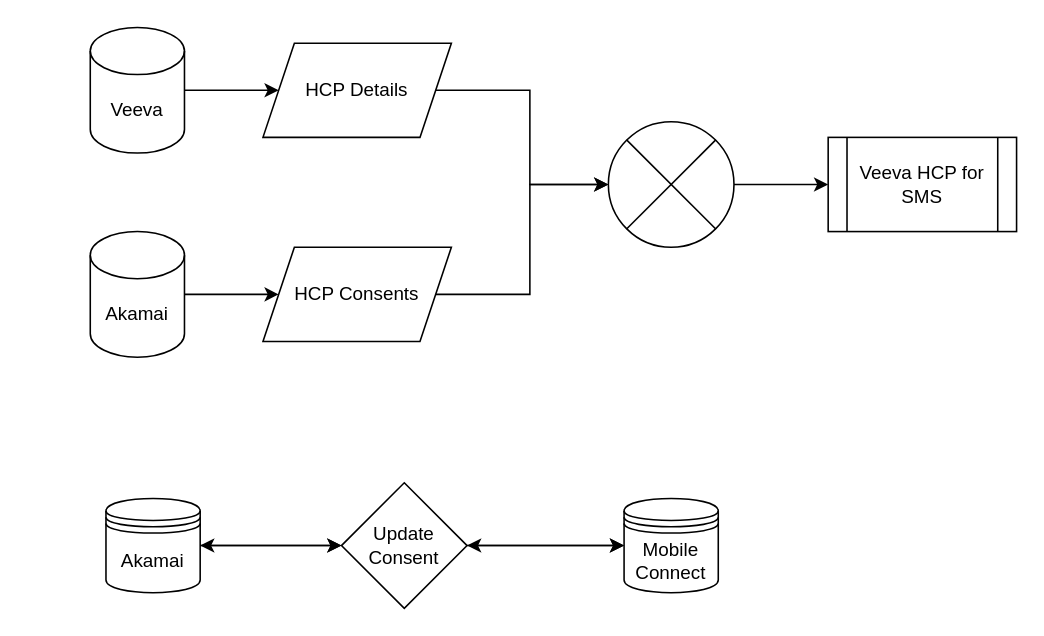
b2Shashi-mc/marketing-cloud keeps this draw.io diagram as Untitled Diagram.drawio. Above is the earlier version. Source tidied: cells renumbered, new cells numbered last; positions are measured from the earlier drawing's top-left corner, leaving out a move shared by most shapes. Both pictures are drawn from the tidied source at 157%, with x=0, y=0 at pixel (89, 27).
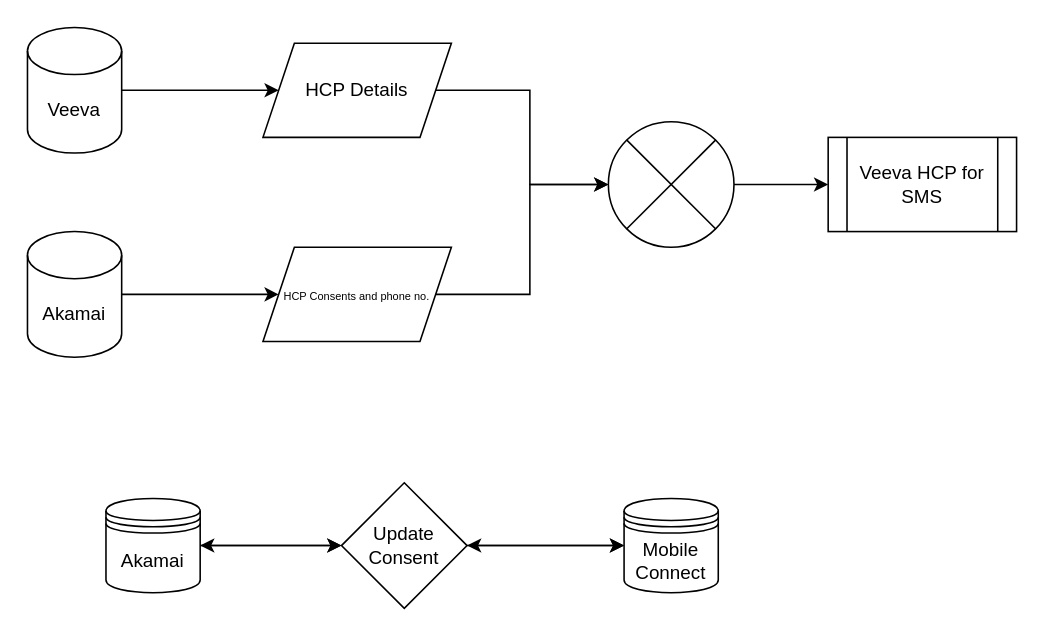
After the change.

Commit message (it also covers changes not shown here):
SMS Flow

The edit, as a diff of the source:
```diff
@@
 <mxGraphModel>
   <root>
     <mxCell id="0" />
     <mxCell id="1" parent="0" />
     <mxCell id="2" style="edgeStyle=orthogonalEdgeStyle;rounded=0;jettySize=auto;html=1;" parent="1" edge="1" source="3" target="7">
       <mxGeometry relative="1" as="geometry" />
     </mxCell>
     <mxCell id="3" value="Veeva" style="shape=cylinder3;whiteSpace=wrap;html=1;boundedLbl=1;backgroundOutline=1;size=15;" parent="1" vertex="1">
-      <mxGeometry width="60" height="80" as="geometry" />
+      <mxGeometry x="-40" width="60" height="80" as="geometry" />
     </mxCell>
     <mxCell id="4" style="edgeStyle=orthogonalEdgeStyle;rounded=0;jettySize=auto;html=1;" parent="1" edge="1" source="5" target="9">
       <mxGeometry relative="1" as="geometry" />
     </mxCell>
     <mxCell id="5" value="Akamai" style="shape=cylinder3;whiteSpace=wrap;html=1;boundedLbl=1;backgroundOutline=1;size=15;" parent="1" vertex="1">
-      <mxGeometry y="130" width="60" height="80" as="geometry" />
+      <mxGeometry x="-40" y="130" width="60" height="80" as="geometry" />
     </mxCell>
     <mxCell id="6" style="edgeStyle=orthogonalEdgeStyle;rounded=0;jettySize=auto;html=1;" parent="1" edge="1" source="7" target="11">
       <mxGeometry relative="1" as="geometry" />
     </mxCell>
     <mxCell id="7" value="HCP Details" style="shape=parallelogram;perimeter=parallelogramPerimeter;whiteSpace=wrap;html=1;fixedSize=1;" parent="1" vertex="1">
       <mxGeometry x="110" y="10" width="120" height="60" as="geometry" />
     </mxCell>
     <mxCell id="8" style="edgeStyle=orthogonalEdgeStyle;rounded=0;jettySize=auto;html=1;" parent="1" edge="1" source="9" target="11">
       <mxGeometry relative="1" as="geometry" />
     </mxCell>
-    <mxCell id="9" value="HCP Consents" style="shape=parallelogram;perimeter=parallelogramPerimeter;whiteSpace=wrap;html=1;fixedSize=1;" parent="1" vertex="1">
+    <mxCell id="9" value="&lt;font style=&quot;font-size: 7px;&quot;&gt;HCP Consents and phone no.&lt;/font&gt;" style="shape=parallelogram;perimeter=parallelogramPerimeter;whiteSpace=wrap;html=1;fixedSize=1;" parent="1" vertex="1">
       <mxGeometry x="110" y="140" width="120" height="60" as="geometry" />
     </mxCell>
     <mxCell id="10" style="edgeStyle=orthogonalEdgeStyle;rounded=0;jettySize=auto;html=1;" parent="1" edge="1" source="11" target="12">
       <mxGeometry relative="1" as="geometry" />
     </mxCell>
     <mxCell id="11" style="shape=sumEllipse;perimeter=ellipsePerimeter;whiteSpace=wrap;html=1;backgroundOutline=1;" parent="1" vertex="1">
       <mxGeometry x="330" y="60" width="80" height="80" as="geometry" />
     </mxCell>
     <mxCell id="12" value="Veeva HCP for SMS" style="shape=process;whiteSpace=wrap;html=1;backgroundOutline=1;" parent="1" vertex="1">
       <mxGeometry x="470" y="70" width="120" height="60" as="geometry" />
     </mxCell>
     <mxCell id="13" style="edgeStyle=orthogonalEdgeStyle;rounded=0;jettySize=auto;html=1;" parent="1" edge="1" source="14" target="16">
       <mxGeometry relative="1" as="geometry" />
     </mxCell>
     <mxCell id="14" value="Akamai" style="shape=datastore;whiteSpace=wrap;html=1;" parent="1" vertex="1">
       <mxGeometry x="10" y="300" width="60" height="60" as="geometry" />
     </mxCell>
     <mxCell id="15" style="edgeStyle=orthogonalEdgeStyle;rounded=0;jettySize=auto;html=1;" parent="1" edge="1" source="16" target="17">
       <mxGeometry relative="1" as="geometry" />
     </mxCell>
     <mxCell id="16" value="Update Consent" style="rhombus;whiteSpace=wrap;html=1;" parent="1" vertex="1">
       <mxGeometry x="160" y="290" width="80" height="80" as="geometry" />
     </mxCell>
     <mxCell id="17" value="Mobile Connect" style="shape=datastore;whiteSpace=wrap;html=1;" parent="1" vertex="1">
       <mxGeometry x="340" y="300" width="60" height="60" as="geometry" />
     </mxCell>
     <mxCell id="18" style="endArrow=classic;startArrow=classic;html=1;rounded=0;exitX=1;exitY=0.5;exitDx=0;exitDy=0;entryX=0;entryY=0.5;entryDx=0;entryDy=0;" parent="1" edge="1" source="14" target="16">
       <mxGeometry relative="1" as="geometry" />
     </mxCell>
     <mxCell id="19" style="endArrow=classic;startArrow=classic;html=1;rounded=0;exitX=1;exitY=0.5;exitDx=0;exitDy=0;entryX=0;entryY=0.5;entryDx=0;entryDy=0;" parent="1" edge="1" source="16" target="17">
       <mxGeometry relative="1" as="geometry" />
     </mxCell>
   </root>
 </mxGraphModel>
```
